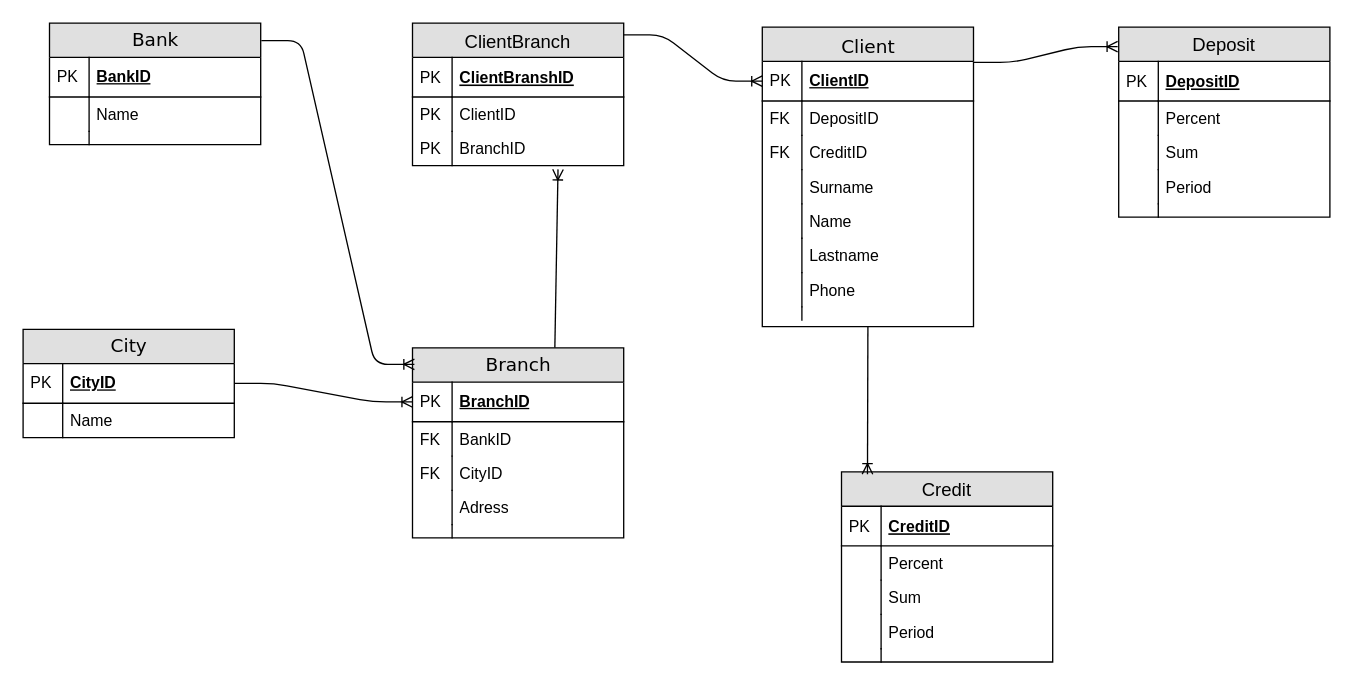
The draw.io diagram Untitled Diagram.drawio in duxa2089/entity-relationship-model, before the edit. Source tidied: cells renumbered, new cells numbered last; positions are measured from the earlier drawing's top-left corner, leaving out a move shared by most shapes. Both pictures are drawn from the tidied source at 132%, with x=0, y=0 at pixel (22, 22).
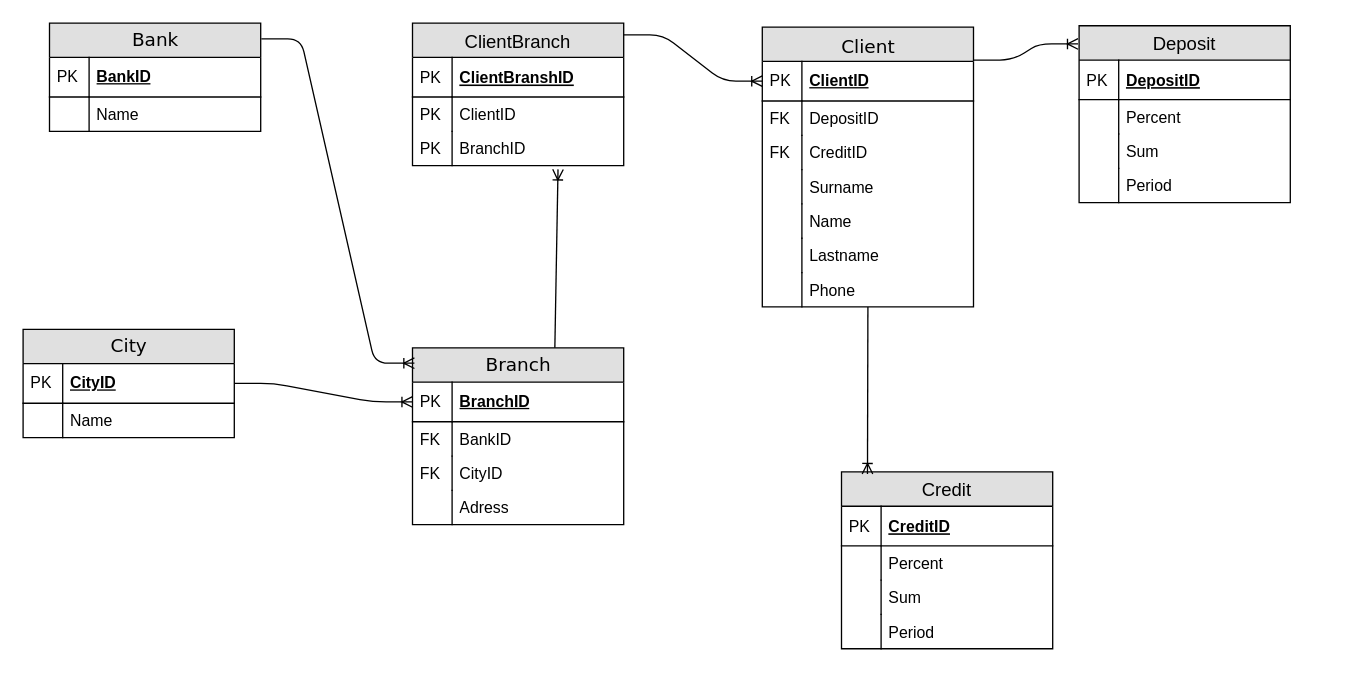
After the change.

Commit message:
I hope that is last update

What changed in the source:
```diff
@@
     <mxCell id="2" value="Client" style="swimlane;html=1;fontStyle=0;horizontal=1;startSize=26;fillColor=#e0e0e0;swimlaneFillColor=#ffffff;align=center;rounded=0;shadow=0;comic=0;labelBackgroundColor=none;strokeColor=#000000;strokeWidth=1;fontFamily=Verdana;fontSize=14;fontColor=#000000;swimlaneLine=1;verticalAlign=top;" parent="1" vertex="1">
-      <mxGeometry x="560" y="3" width="160" height="227" as="geometry" />
+      <mxGeometry x="560" y="3" width="160" height="212" as="geometry" />
     </mxCell>
@@
-    <mxCell id="17" style="shape=partialRectangle;top=0;left=0;right=0;bottom=0;html=1;align=left;verticalAlign=top;fillColor=none;spacingLeft=34;spacingRight=4;whiteSpace=wrap;overflow=hidden;" parent="2" vertex="1">
-      <mxGeometry y="212" width="160" height="10" as="geometry" />
-    </mxCell>
-    <mxCell id="18" style="shape=partialRectangle;top=0;left=0;bottom=0;html=1;fillColor=none;align=left;verticalAlign=top;spacingLeft=4;spacingRight=4;whiteSpace=wrap;overflow=hidden;" parent="17" vertex="1">
-      <mxGeometry width="30" height="10" as="geometry" />
-    </mxCell>
     <mxCell id="19" value="Bank" style="swimlane;html=1;fontStyle=0;horizontal=1;startSize=26;fillColor=#e0e0e0;swimlaneFillColor=#ffffff;align=center;rounded=0;shadow=0;comic=0;labelBackgroundColor=none;strokeColor=#000000;strokeWidth=1;fontFamily=Verdana;fontSize=14;fontColor=#000000;" parent="1" vertex="1">
-      <mxGeometry x="20" width="160" height="92" as="geometry" />
+      <mxGeometry x="20" width="160" height="82" as="geometry" />
     </mxCell>
@@
-    <mxCell id="24" style="shape=partialRectangle;top=0;left=0;right=0;bottom=0;html=1;align=left;verticalAlign=top;fillColor=none;spacingLeft=34;spacingRight=4;whiteSpace=wrap;overflow=hidden;" parent="19" vertex="1">
-      <mxGeometry y="82" width="160" height="10" as="geometry" />
-    </mxCell>
-    <mxCell id="25" style="shape=partialRectangle;top=0;left=0;bottom=0;html=1;fillColor=none;align=left;verticalAlign=top;spacingLeft=4;spacingRight=4;whiteSpace=wrap;overflow=hidden;" parent="24" vertex="1">
-      <mxGeometry width="30" height="10" as="geometry" />
-    </mxCell>
     <mxCell id="26" value="Branch" style="swimlane;html=1;fontStyle=0;horizontal=1;startSize=26;fillColor=#e0e0e0;swimlaneFillColor=#ffffff;align=center;rounded=0;shadow=0;comic=0;labelBackgroundColor=none;strokeColor=#000000;strokeWidth=1;fontFamily=Verdana;fontSize=14;fontColor=#000000;" parent="1" vertex="1">
-      <mxGeometry x="295" y="246" width="160" height="144" as="geometry" />
+      <mxGeometry x="295" y="246" width="160" height="134" as="geometry" />
     </mxCell>
@@
-    <mxCell id="35" style="shape=partialRectangle;top=0;left=0;right=0;bottom=0;html=1;align=left;verticalAlign=top;fillColor=none;spacingLeft=34;spacingRight=4;whiteSpace=wrap;overflow=hidden;" parent="26" vertex="1">
-      <mxGeometry y="134" width="160" height="10" as="geometry" />
-    </mxCell>
-    <mxCell id="36" style="shape=partialRectangle;top=0;left=0;bottom=0;html=1;fillColor=none;align=left;verticalAlign=top;spacingLeft=4;spacingRight=4;whiteSpace=wrap;overflow=hidden;" parent="35" vertex="1">
-      <mxGeometry width="30" height="10" as="geometry" />
-    </mxCell>
@@
     <mxCell id="42" value="Deposit" style="swimlane;fontStyle=0;horizontal=1;startSize=26;fillColor=#e0e0e0;swimlaneFillColor=#ffffff;align=center;fontSize=14;" parent="1" vertex="1">
-      <mxGeometry x="830" y="3" width="160" height="144" as="geometry" />
+      <mxGeometry x="800" y="2" width="160" height="134" as="geometry" />
     </mxCell>
@@
-    <mxCell id="51" style="shape=partialRectangle;top=0;left=0;right=0;bottom=0;align=left;verticalAlign=top;fillColor=none;spacingLeft=34;spacingRight=4;overflow=hidden;fontSize=12;" parent="42" vertex="1">
-      <mxGeometry y="134" width="160" height="10" as="geometry" />
-    </mxCell>
-    <mxCell id="52" style="shape=partialRectangle;top=0;left=0;bottom=0;fillColor=none;align=left;verticalAlign=top;spacingLeft=4;spacingRight=4;overflow=hidden;fontSize=12;" parent="51" vertex="1">
-      <mxGeometry width="30" height="10" as="geometry" />
-    </mxCell>
     <mxCell id="53" value="Credit" style="swimlane;fontStyle=0;horizontal=1;startSize=26;fillColor=#e0e0e0;swimlaneFillColor=#ffffff;align=center;fontSize=14;" parent="1" vertex="1">
-      <mxGeometry x="620" y="340" width="160" height="144" as="geometry" />
+      <mxGeometry x="620" y="340" width="160" height="134" as="geometry" />
     </mxCell>
@@
-    <mxCell id="62" style="shape=partialRectangle;top=0;left=0;right=0;bottom=0;align=left;verticalAlign=top;fillColor=none;spacingLeft=34;spacingRight=4;overflow=hidden;fontSize=12;" parent="53" vertex="1">
-      <mxGeometry y="134" width="160" height="10" as="geometry" />
-    </mxCell>
-    <mxCell id="63" style="shape=partialRectangle;top=0;left=0;bottom=0;fillColor=none;align=left;verticalAlign=top;spacingLeft=4;spacingRight=4;overflow=hidden;fontSize=12;" parent="62" vertex="1">
-      <mxGeometry width="30" height="10" as="geometry" />
-    </mxCell>
```
